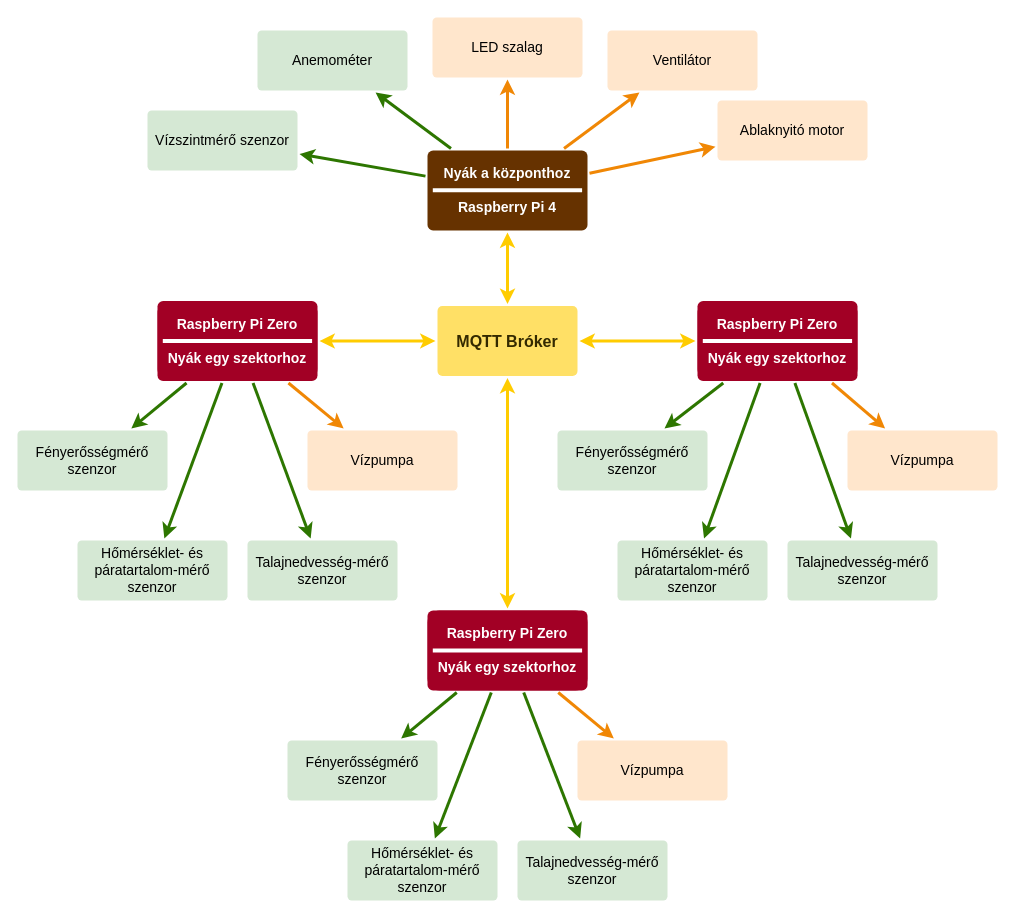
This is logikai_terv.drawio from Bori01/smart-greenhouse, a draw.io file, before an edit. Source tidied: cells renumbered, new cells numbered last; positions are measured from the earlier drawing's top-left corner, leaving out a move shared by most shapes. Both pictures are drawn from the tidied source at 100%, with x=0, y=0 at pixel (17, 17).
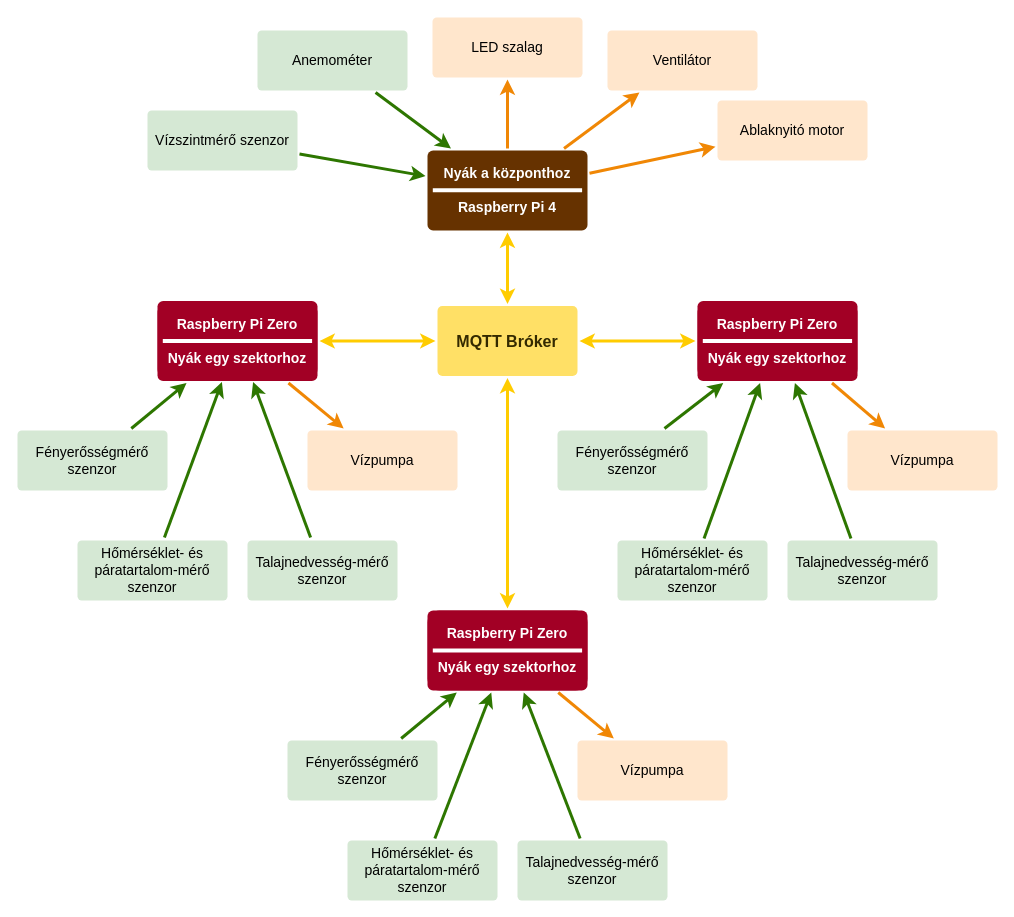
After the change.

The change refers to these unchanged cells:
```xml
<mxCell id="10" value="Talajnedvesség-mérő szenzor" style="rounded=1;whiteSpace=wrap;html=1;shadow=0;labelBackgroundColor=none;strokeColor=none;strokeWidth=3;fillColor=#d5e8d4;fontFamily=Helvetica;fontSize=14;align=center;spacing=5;fontStyle=0;arcSize=7;perimeterSpacing=2;" parent="1" vertex="1">
  <mxGeometry x="230" y="523" width="150" height="60" as="geometry" />
</mxCell>
<mxCell id="11" value="Hőmérséklet- és páratartalom-mérő szenzor" style="rounded=1;whiteSpace=wrap;html=1;shadow=0;labelBackgroundColor=none;strokeColor=none;strokeWidth=3;fillColor=#d5e8d4;fontFamily=Helvetica;fontSize=14;align=center;spacing=5;fontStyle=0;arcSize=7;perimeterSpacing=2;" parent="1" vertex="1">
  <mxGeometry x="60" y="523" width="150" height="60" as="geometry" />
</mxCell>
<mxCell id="12" value="Fényerősségmérő szenzor" style="rounded=1;whiteSpace=wrap;html=1;shadow=0;labelBackgroundColor=none;strokeColor=none;strokeWidth=3;fillColor=#d5e8d4;fontFamily=Helvetica;fontSize=14;align=center;spacing=5;fontStyle=0;arcSize=7;perimeterSpacing=2;" parent="1" vertex="1">
  <mxGeometry y="413" width="150" height="60" as="geometry" />
</mxCell>
<mxCell id="14" value="Raspberry Pi Zero&lt;br&gt;&lt;br&gt;Nyák egy szektorhoz" style="rounded=1;whiteSpace=wrap;html=1;shadow=0;labelBackgroundColor=none;strokeColor=none;strokeWidth=3;fillColor=#a20025;fontFamily=Helvetica;fontSize=14;fontColor=#ffffff;align=center;spacing=5;fontStyle=1;arcSize=7;perimeterSpacing=2;" parent="13" vertex="1">
  <mxGeometry width="160" height="80" as="geometry" />
</mxCell>
<mxCell id="19" value="Nyák a központhoz&lt;br&gt;&lt;br&gt;Raspberry Pi 4" style="rounded=1;whiteSpace=wrap;html=1;shadow=0;labelBackgroundColor=none;strokeColor=none;strokeWidth=3;fillColor=#663200;fontFamily=Helvetica;fontSize=14;fontColor=#ffffff;align=center;spacing=5;fontStyle=1;arcSize=7;perimeterSpacing=2;" parent="18" vertex="1">
  <mxGeometry width="160" height="80" as="geometry" />
</mxCell>
<mxCell id="24" value="Talajnedvesség-mérő szenzor" style="rounded=1;whiteSpace=wrap;html=1;shadow=0;labelBackgroundColor=none;strokeColor=none;strokeWidth=3;fillColor=#d5e8d4;fontFamily=Helvetica;fontSize=14;align=center;spacing=5;fontStyle=0;arcSize=7;perimeterSpacing=2;" parent="1" vertex="1">
  <mxGeometry x="500" y="823" width="150" height="60" as="geometry" />
</mxCell>
<mxCell id="25" value="Hőmérséklet- és páratartalom-mérő szenzor" style="rounded=1;whiteSpace=wrap;html=1;shadow=0;labelBackgroundColor=none;strokeColor=none;strokeWidth=3;fillColor=#d5e8d4;fontFamily=Helvetica;fontSize=14;align=center;spacing=5;fontStyle=0;arcSize=7;perimeterSpacing=2;" parent="1" vertex="1">
  <mxGeometry x="330" y="823" width="150" height="60" as="geometry" />
</mxCell>
<mxCell id="26" value="Fényerősségmérő szenzor" style="rounded=1;whiteSpace=wrap;html=1;shadow=0;labelBackgroundColor=none;strokeColor=none;strokeWidth=3;fillColor=#d5e8d4;fontFamily=Helvetica;fontSize=14;align=center;spacing=5;fontStyle=0;arcSize=7;perimeterSpacing=2;" parent="1" vertex="1">
  <mxGeometry x="270" y="723" width="150" height="60" as="geometry" />
</mxCell>
<mxCell id="28" value="Raspberry Pi Zero&lt;br&gt;&lt;br&gt;Nyák egy szektorhoz" style="rounded=1;whiteSpace=wrap;html=1;shadow=0;labelBackgroundColor=none;strokeColor=none;strokeWidth=3;fillColor=#a20025;fontFamily=Helvetica;fontSize=14;fontColor=#ffffff;align=center;spacing=5;fontStyle=1;arcSize=7;perimeterSpacing=2;" parent="27" vertex="1">
  <mxGeometry width="160" height="80" as="geometry" />
</mxCell>
<mxCell id="34" value="Talajnedvesség-mérő szenzor" style="rounded=1;whiteSpace=wrap;html=1;shadow=0;labelBackgroundColor=none;strokeColor=none;strokeWidth=3;fillColor=#d5e8d4;fontFamily=Helvetica;fontSize=14;align=center;spacing=5;fontStyle=0;arcSize=7;perimeterSpacing=2;" parent="1" vertex="1">
  <mxGeometry x="770" y="523" width="150" height="60" as="geometry" />
</mxCell>
<mxCell id="35" value="Hőmérséklet- és páratartalom-mérő szenzor" style="rounded=1;whiteSpace=wrap;html=1;shadow=0;labelBackgroundColor=none;strokeColor=none;strokeWidth=3;fillColor=#d5e8d4;fontFamily=Helvetica;fontSize=14;align=center;spacing=5;fontStyle=0;arcSize=7;perimeterSpacing=2;" parent="1" vertex="1">
  <mxGeometry x="600" y="523" width="150" height="60" as="geometry" />
</mxCell>
<mxCell id="40" value="Vízszintmérő szenzor" style="rounded=1;whiteSpace=wrap;html=1;shadow=0;labelBackgroundColor=none;strokeColor=none;strokeWidth=3;fillColor=#d5e8d4;fontFamily=Helvetica;fontSize=14;align=center;spacing=5;fontStyle=0;arcSize=7;perimeterSpacing=2;" parent="1" vertex="1">
  <mxGeometry x="130" y="93" width="150" height="60" as="geometry" />
</mxCell>
<mxCell id="42" value="Anemométer" style="rounded=1;whiteSpace=wrap;html=1;shadow=0;labelBackgroundColor=none;strokeColor=none;strokeWidth=3;fillColor=#d5e8d4;fontFamily=Helvetica;fontSize=14;align=center;spacing=5;fontStyle=0;arcSize=7;perimeterSpacing=2;" parent="1" vertex="1">
  <mxGeometry x="240" y="13" width="150" height="60" as="geometry" />
</mxCell>
<mxCell id="50" value="Raspberry Pi Zero&lt;br&gt;&lt;br&gt;Nyák egy szektorhoz" style="rounded=1;whiteSpace=wrap;html=1;shadow=0;labelBackgroundColor=none;strokeColor=none;strokeWidth=3;fillColor=#a20025;fontFamily=Helvetica;fontSize=14;fontColor=#ffffff;align=center;spacing=5;fontStyle=1;arcSize=7;perimeterSpacing=2;" parent="49" vertex="1">
  <mxGeometry width="160" height="80" as="geometry" />
</mxCell>
```

What changed in the source:
```diff
@@
-    <mxCell id="7" style="edgeStyle=none;rounded=1;jumpStyle=none;html=1;shadow=0;labelBackgroundColor=none;startArrow=none;startFill=0;jettySize=auto;strokeColor=#2D7600;strokeWidth=3;fontFamily=Helvetica;fontSize=14;fontColor=#FFFFFF;spacing=5;fontStyle=1;fillColor=#60a917;" parent="1" edge="1" source="14" target="12">
+    <mxCell id="7" style="edgeStyle=none;rounded=1;jumpStyle=none;html=1;shadow=0;labelBackgroundColor=none;startArrow=classic;startFill=1;jettySize=auto;strokeColor=#2D7600;strokeWidth=3;fontFamily=Helvetica;fontSize=14;fontColor=#FFFFFF;spacing=5;fontStyle=1;fillColor=#60a917;endArrow=none;endFill=0;" parent="1" edge="1" source="14" target="12">
       <mxGeometry relative="1" as="geometry" />
     </mxCell>
-    <mxCell id="8" style="edgeStyle=none;rounded=1;jumpStyle=none;html=1;shadow=0;labelBackgroundColor=none;startArrow=none;startFill=0;jettySize=auto;strokeColor=#2D7600;strokeWidth=3;fontFamily=Helvetica;fontSize=14;fontColor=#FFFFFF;spacing=5;fontStyle=1;fillColor=#60a917;" parent="1" edge="1" source="14" target="11">
-      <mxGeometry relative="1" as="geometry" />
+    <mxCell id="8" style="edgeStyle=none;rounded=1;jumpStyle=none;html=1;shadow=0;labelBackgroundColor=none;startArrow=classic;startFill=1;jettySize=auto;orthogonalLoop=1;strokeColor=#2D7600;strokeWidth=3;fontFamily=Helvetica;fontSize=14;fontColor=#FFFFFF;spacing=5;fontStyle=1;fillColor=#60a917;endArrow=none;endFill=0;" parent="1" edge="1">
+      <mxGeometry relative="1" as="geometry">
+        <mxPoint x="204.4" y="364.5" as="sourcePoint" />
+        <mxPoint x="146.9" y="520" as="targetPoint" />
+      </mxGeometry>
     </mxCell>
-    <mxCell id="9" style="edgeStyle=none;rounded=1;jumpStyle=none;html=1;shadow=0;labelBackgroundColor=none;startArrow=none;startFill=0;jettySize=auto;strokeColor=#2D7600;strokeWidth=3;fontFamily=Helvetica;fontSize=14;fontColor=#FFFFFF;spacing=5;fontStyle=1;fillColor=#60a917;" parent="1" edge="1" source="14" target="10">
-      <mxGeometry relative="1" as="geometry" />
+    <mxCell id="9" style="edgeStyle=none;rounded=1;jumpStyle=none;html=1;shadow=0;labelBackgroundColor=none;startArrow=classic;startFill=1;jettySize=auto;orthogonalLoop=1;strokeColor=#2D7600;strokeWidth=3;fontFamily=Helvetica;fontSize=14;fontColor=#FFFFFF;spacing=5;fontStyle=1;fillColor=#60a917;endArrow=none;endFill=0;" parent="1" edge="1">
+      <mxGeometry relative="1" as="geometry">
+        <mxPoint x="235.6" y="364.5" as="sourcePoint" />
+        <mxPoint x="293.1" y="520" as="targetPoint" />
+      </mxGeometry>
     </mxCell>
@@
-    <mxCell id="21" style="edgeStyle=none;rounded=1;jumpStyle=none;html=1;shadow=0;labelBackgroundColor=none;startArrow=none;startFill=0;jettySize=auto;strokeColor=#2D7600;strokeWidth=3;fontFamily=Helvetica;fontSize=14;fontColor=#FFFFFF;spacing=5;fontStyle=1;fillColor=#60a917;" parent="1" edge="1" source="28" target="26">
+    <mxCell id="21" style="edgeStyle=none;rounded=1;jumpStyle=none;html=1;shadow=0;labelBackgroundColor=none;startArrow=classic;startFill=1;jettySize=auto;strokeColor=#2D7600;strokeWidth=3;fontFamily=Helvetica;fontSize=14;fontColor=#FFFFFF;spacing=5;fontStyle=1;fillColor=#60a917;endArrow=none;endFill=0;" parent="1" edge="1" source="28" target="26">
       <mxGeometry relative="1" as="geometry" />
     </mxCell>
-    <mxCell id="22" style="edgeStyle=none;rounded=1;jumpStyle=none;html=1;shadow=0;labelBackgroundColor=none;startArrow=none;startFill=0;jettySize=auto;strokeColor=#2D7600;strokeWidth=3;fontFamily=Helvetica;fontSize=14;fontColor=#FFFFFF;spacing=5;fontStyle=1;fillColor=#60a917;" parent="1" edge="1" source="28" target="25">
+    <mxCell id="22" style="edgeStyle=none;rounded=1;jumpStyle=none;html=1;shadow=0;labelBackgroundColor=none;startArrow=classic;startFill=1;jettySize=auto;strokeColor=#2D7600;strokeWidth=3;fontFamily=Helvetica;fontSize=14;fontColor=#FFFFFF;spacing=5;fontStyle=1;fillColor=#60a917;endArrow=none;endFill=0;" parent="1" edge="1" source="28" target="25">
       <mxGeometry relative="1" as="geometry" />
     </mxCell>
-    <mxCell id="23" style="edgeStyle=none;rounded=1;jumpStyle=none;html=1;shadow=0;labelBackgroundColor=none;startArrow=none;startFill=0;jettySize=auto;strokeColor=#2D7600;strokeWidth=3;fontFamily=Helvetica;fontSize=14;fontColor=#FFFFFF;spacing=5;fontStyle=1;fillColor=#60a917;" parent="1" edge="1" source="28" target="24">
+    <mxCell id="23" style="edgeStyle=none;rounded=1;jumpStyle=none;html=1;shadow=0;labelBackgroundColor=none;startArrow=classic;startFill=1;jettySize=auto;strokeColor=#2D7600;strokeWidth=3;fontFamily=Helvetica;fontSize=14;fontColor=#FFFFFF;spacing=5;fontStyle=1;fillColor=#60a917;endArrow=none;endFill=0;" parent="1" edge="1" source="28" target="24">
       <mxGeometry relative="1" as="geometry" />
     </mxCell>
@@
-    <mxCell id="32" style="edgeStyle=none;rounded=1;jumpStyle=none;html=1;shadow=0;labelBackgroundColor=none;startArrow=none;startFill=0;jettySize=auto;strokeColor=#2D7600;strokeWidth=3;fontFamily=Helvetica;fontSize=14;fontColor=#FFFFFF;spacing=5;fontStyle=1;fillColor=#60a917;" parent="1" edge="1" target="35">
+    <mxCell id="32" style="edgeStyle=none;rounded=1;jumpStyle=none;html=1;shadow=0;labelBackgroundColor=none;startArrow=classic;startFill=1;jettySize=auto;strokeColor=#2D7600;strokeWidth=3;fontFamily=Helvetica;fontSize=14;fontColor=#FFFFFF;spacing=5;fontStyle=1;fillColor=#60a917;endArrow=none;endFill=0;" parent="1" edge="1" target="35">
       <mxGeometry relative="1" as="geometry">
         <mxPoint x="742.6" y="365.5" as="sourcePoint" />
       </mxGeometry>
     </mxCell>
-    <mxCell id="33" style="edgeStyle=none;rounded=1;jumpStyle=none;html=1;shadow=0;labelBackgroundColor=none;startArrow=none;startFill=0;jettySize=auto;strokeColor=#2D7600;strokeWidth=3;fontFamily=Helvetica;fontSize=14;fontColor=#FFFFFF;spacing=5;fontStyle=1;fillColor=#60a917;" parent="1" edge="1" target="34">
+    <mxCell id="33" style="edgeStyle=none;rounded=1;jumpStyle=none;html=1;shadow=0;labelBackgroundColor=none;startArrow=classic;startFill=1;jettySize=auto;strokeColor=#2D7600;strokeWidth=3;fontFamily=Helvetica;fontSize=14;fontColor=#FFFFFF;spacing=5;fontStyle=1;fillColor=#60a917;endArrow=none;endFill=0;" parent="1" edge="1" target="34">
       <mxGeometry relative="1" as="geometry">
         <mxPoint x="777.4" y="365.5" as="sourcePoint" />
       </mxGeometry>
     </mxCell>
@@
-    <mxCell id="39" style="edgeStyle=none;rounded=1;jumpStyle=none;html=1;shadow=0;labelBackgroundColor=none;startArrow=none;startFill=0;jettySize=auto;strokeColor=#2D7600;strokeWidth=3;fontFamily=Helvetica;fontSize=14;fontColor=#FFFFFF;spacing=5;fontStyle=1;fillColor=#60a917;" parent="1" edge="1" source="19" target="40">
+    <mxCell id="39" style="edgeStyle=none;rounded=1;jumpStyle=none;html=1;shadow=0;labelBackgroundColor=none;startArrow=classic;startFill=1;jettySize=auto;strokeColor=#2D7600;strokeWidth=3;fontFamily=Helvetica;fontSize=14;fontColor=#FFFFFF;spacing=5;fontStyle=1;fillColor=#60a917;endArrow=none;endFill=0;" parent="1" edge="1" source="19" target="40">
       <mxGeometry relative="1" as="geometry" />
     </mxCell>
@@
-    <mxCell id="41" style="edgeStyle=none;rounded=1;jumpStyle=none;html=1;shadow=0;labelBackgroundColor=none;startArrow=none;startFill=0;jettySize=auto;strokeColor=#2D7600;strokeWidth=3;fontFamily=Helvetica;fontSize=14;fontColor=#FFFFFF;spacing=5;fontStyle=1;fillColor=#60a917;" parent="1" edge="1" source="19" target="42">
+    <mxCell id="41" style="edgeStyle=none;rounded=1;jumpStyle=none;html=1;shadow=0;labelBackgroundColor=none;startArrow=classic;startFill=1;jettySize=auto;strokeColor=#2D7600;strokeWidth=3;fontFamily=Helvetica;fontSize=14;fontColor=#FFFFFF;spacing=5;fontStyle=1;fillColor=#60a917;endArrow=none;endFill=0;" parent="1" edge="1" source="19" target="42">
       <mxGeometry relative="1" as="geometry" />
     </mxCell>
@@
-    <mxCell id="52" style="edgeStyle=none;rounded=1;jumpStyle=none;html=1;shadow=0;labelBackgroundColor=none;startArrow=none;startFill=0;jettySize=auto;strokeColor=#2D7600;strokeWidth=3;fontFamily=Helvetica;fontSize=14;fontColor=#FFFFFF;spacing=5;fontStyle=1;fillColor=#60a917;" parent="1" edge="1" source="50">
+    <mxCell id="52" style="edgeStyle=none;rounded=1;jumpStyle=none;html=1;shadow=0;labelBackgroundColor=none;startArrow=classic;startFill=1;jettySize=auto;strokeColor=#2D7600;strokeWidth=3;fontFamily=Helvetica;fontSize=14;fontColor=#FFFFFF;spacing=5;fontStyle=1;fillColor=#60a917;endArrow=none;endFill=0;" parent="1" edge="1" source="50">
       <mxGeometry relative="1" as="geometry">
         <mxPoint x="647" y="411" as="targetPoint" />
       </mxGeometry>
     </mxCell>
```
